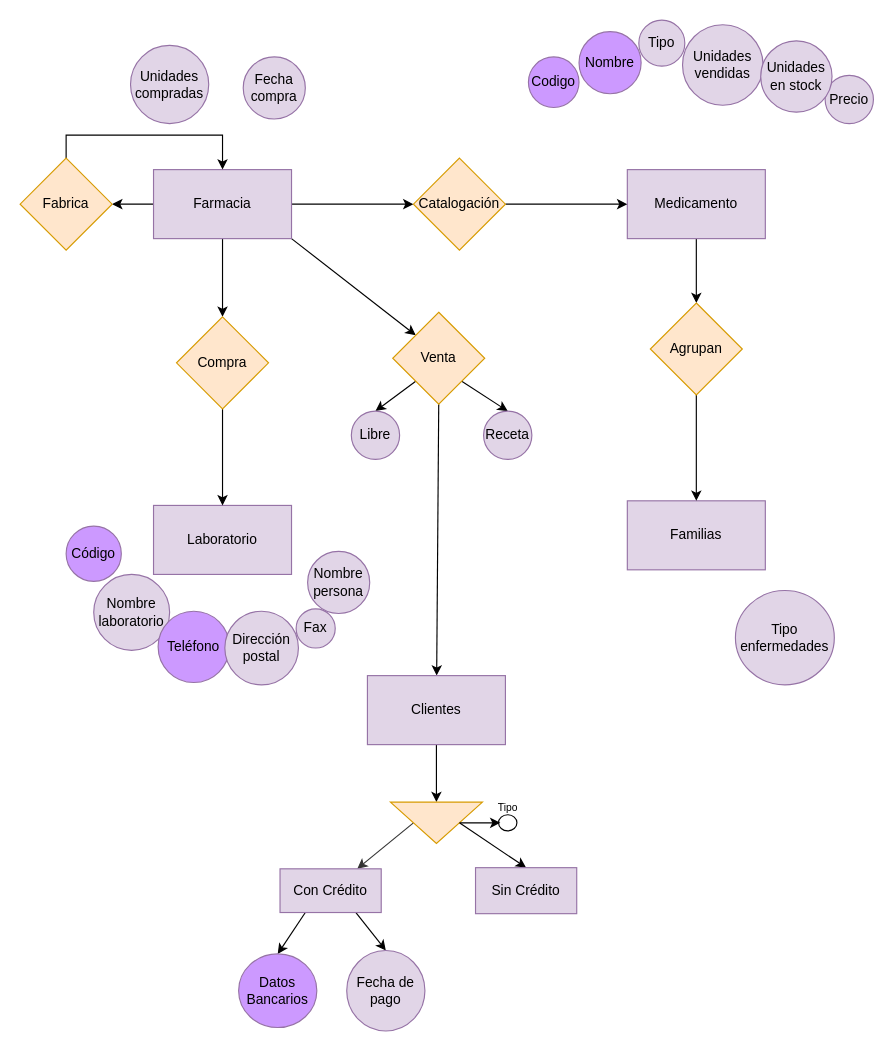
Before: Modelo entidad-relación. Farmacia .drawio in Nestor-svg/Modelo-entidad-relacion.-Farmacia, a draw.io diagram. Source tidied: cells renumbered, new cells numbered last; positions are measured from the earlier drawing's top-left corner, leaving out a move shared by most shapes. Both pictures are drawn from the tidied source at 115%, with x=0, y=0 at pixel (20, 20).
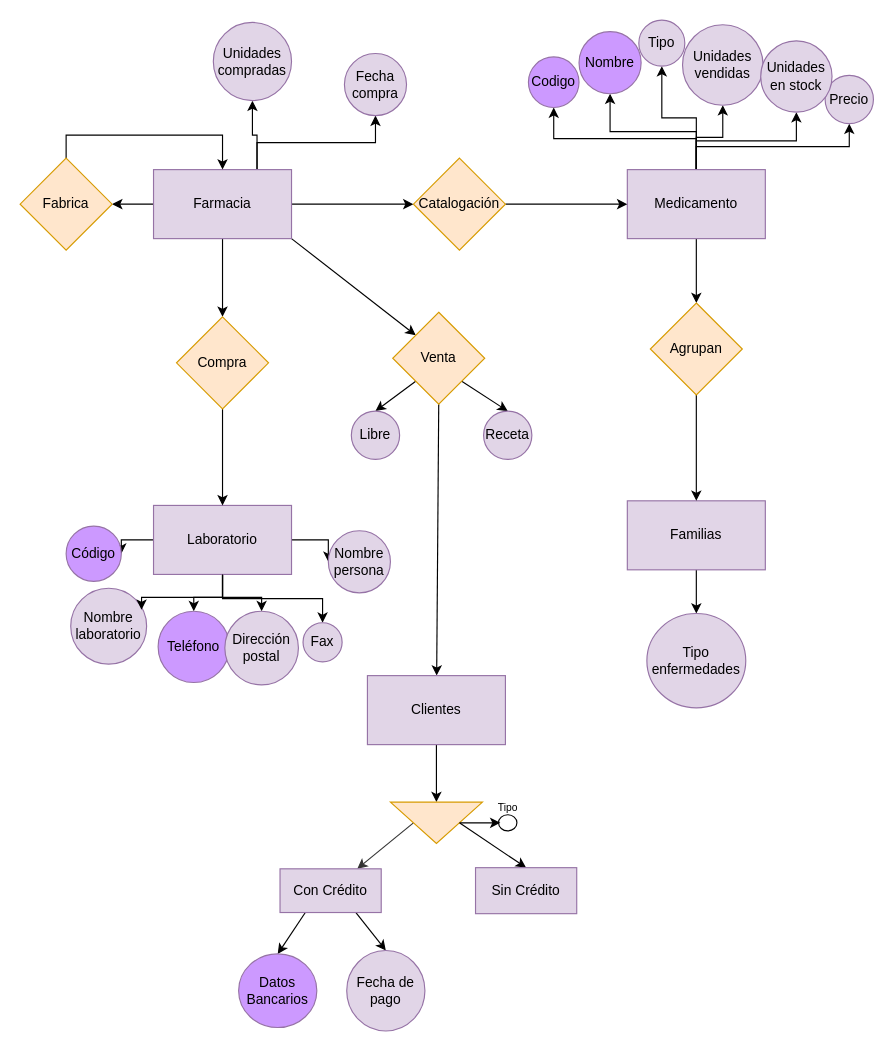
The same page after the edit.

The change refers to these unchanged cells:
```xml
<mxCell id="6" value="Farmacia" style="rounded=0;whiteSpace=wrap;html=1;fillColor=#e1d5e7;strokeColor=#9673a6;" parent="1" vertex="1">
  <mxGeometry x="116" y="130" width="120" height="60" as="geometry" />
</mxCell>
<mxCell id="8" value="Medicamento" style="rounded=0;whiteSpace=wrap;html=1;fillColor=#e1d5e7;strokeColor=#9673a6;" parent="1" vertex="1">
  <mxGeometry x="528" y="130" width="120" height="60" as="geometry" />
</mxCell>
<mxCell id="9" value="Laboratorio" style="rounded=0;whiteSpace=wrap;html=1;fillColor=#e1d5e7;strokeColor=#9673a6;" parent="1" vertex="1">
  <mxGeometry x="116" y="422" width="120" height="60" as="geometry" />
</mxCell>
<mxCell id="14" value="Codigo" style="ellipse;whiteSpace=wrap;html=1;fillColor=#CC99FF;strokeColor=#9673a6;" parent="1" vertex="1">
  <mxGeometry x="442" y="32" width="44" height="44" as="geometry" />
</mxCell>
<mxCell id="15" value="Nombre" style="ellipse;whiteSpace=wrap;html=1;fillColor=#cc99ff;strokeColor=#9673a6;" parent="1" vertex="1">
  <mxGeometry x="486" y="10" width="54" height="54" as="geometry" />
</mxCell>
<mxCell id="16" value="&lt;div&gt;Tipo&lt;/div&gt;" style="ellipse;whiteSpace=wrap;html=1;fillColor=#e1d5e7;strokeColor=#9673a6;" parent="1" vertex="1">
  <mxGeometry x="538" width="40" height="40" as="geometry" />
</mxCell>
<mxCell id="17" value="Precio" style="ellipse;whiteSpace=wrap;html=1;fillColor=#e1d5e7;strokeColor=#9673a6;" parent="1" vertex="1">
  <mxGeometry x="700" y="48" width="42" height="42" as="geometry" />
</mxCell>
<mxCell id="18" value="&lt;div&gt;Unidades vendidas&lt;br&gt;&lt;/div&gt;" style="ellipse;whiteSpace=wrap;html=1;fillColor=#e1d5e7;strokeColor=#9673a6;" parent="1" vertex="1">
  <mxGeometry x="576" y="4" width="70" height="70" as="geometry" />
</mxCell>
<mxCell id="19" value="Unidades en stock" style="ellipse;whiteSpace=wrap;html=1;fillColor=#e1d5e7;strokeColor=#9673a6;" parent="1" vertex="1">
  <mxGeometry x="644" y="18" width="62" height="62" as="geometry" />
</mxCell>
<mxCell id="20" value="Código" style="ellipse;whiteSpace=wrap;html=1;fillColor=#cc99ff;strokeColor=#9673a6;" parent="1" vertex="1">
  <mxGeometry x="40" y="440" width="48" height="48" as="geometry" />
</mxCell>
<mxCell id="22" value="Teléfono" style="ellipse;whiteSpace=wrap;html=1;fillColor=#cc99ff;strokeColor=#9673a6;" parent="1" vertex="1">
  <mxGeometry x="120" y="514" width="62" height="62" as="geometry" />
</mxCell>
<mxCell id="23" value="Dirección postal" style="ellipse;whiteSpace=wrap;html=1;fillColor=#e1d5e7;strokeColor=#9673a6;" parent="1" vertex="1">
  <mxGeometry x="178" y="514" width="64" height="64" as="geometry" />
</mxCell>
<mxCell id="26" value="Familias" style="rounded=0;whiteSpace=wrap;html=1;fillColor=#e1d5e7;strokeColor=#9673a6;" parent="1" vertex="1">
  <mxGeometry x="528" y="418" width="120" height="60" as="geometry" />
</mxCell>
```

What changed in the source:
```diff
@@
+    <mxCell id="54" style="edgeStyle=orthogonalEdgeStyle;rounded=0;jettySize=auto;html=1;exitX=0.75;exitY=0;exitDx=0;exitDy=0;" parent="1" edge="1" source="6" target="30">
+      <mxGeometry relative="1" as="geometry" />
+    </mxCell>
+    <mxCell id="55" style="edgeStyle=orthogonalEdgeStyle;rounded=0;jettySize=auto;html=1;exitX=0.75;exitY=0;exitDx=0;exitDy=0;entryX=0.5;entryY=1;entryDx=0;entryDy=0;" parent="1" edge="1" source="6" target="29">
+      <mxGeometry relative="1" as="geometry" />
+    </mxCell>
@@
+    <mxCell id="56" style="edgeStyle=orthogonalEdgeStyle;rounded=0;jettySize=auto;html=1;exitX=0.5;exitY=0;exitDx=0;exitDy=0;entryX=0.5;entryY=1;entryDx=0;entryDy=0;" parent="1" edge="1" source="8" target="14">
+      <mxGeometry relative="1" as="geometry" />
+    </mxCell>
+    <mxCell id="57" style="edgeStyle=orthogonalEdgeStyle;rounded=0;jettySize=auto;html=1;exitX=0.5;exitY=0;exitDx=0;exitDy=0;entryX=0.5;entryY=1;entryDx=0;entryDy=0;" parent="1" edge="1" source="8" target="15">
+      <mxGeometry relative="1" as="geometry" />
+    </mxCell>
+    <mxCell id="58" style="edgeStyle=orthogonalEdgeStyle;rounded=0;jettySize=auto;html=1;exitX=0.5;exitY=0;exitDx=0;exitDy=0;" parent="1" edge="1" source="8" target="16">
+      <mxGeometry relative="1" as="geometry" />
+    </mxCell>
+    <mxCell id="59" style="edgeStyle=orthogonalEdgeStyle;rounded=0;jettySize=auto;html=1;exitX=0.5;exitY=0;exitDx=0;exitDy=0;entryX=0.5;entryY=1;entryDx=0;entryDy=0;" parent="1" edge="1" source="8" target="18">
+      <mxGeometry relative="1" as="geometry" />
+    </mxCell>
+    <mxCell id="60" style="edgeStyle=orthogonalEdgeStyle;rounded=0;jettySize=auto;html=1;exitX=0.5;exitY=0;exitDx=0;exitDy=0;entryX=0.5;entryY=1;entryDx=0;entryDy=0;" parent="1" edge="1" source="8" target="19">
+      <mxGeometry relative="1" as="geometry" />
+    </mxCell>
+    <mxCell id="61" style="edgeStyle=orthogonalEdgeStyle;rounded=0;jettySize=auto;html=1;exitX=0.5;exitY=0;exitDx=0;exitDy=0;entryX=0.5;entryY=1;entryDx=0;entryDy=0;" parent="1" edge="1" source="8" target="17">
+      <mxGeometry relative="1" as="geometry" />
+    </mxCell>
@@
+    <mxCell id="62" style="edgeStyle=orthogonalEdgeStyle;rounded=0;jettySize=auto;html=1;exitX=0;exitY=0.5;exitDx=0;exitDy=0;entryX=1;entryY=0.5;entryDx=0;entryDy=0;" parent="1" edge="1" source="9" target="20">
+      <mxGeometry relative="1" as="geometry" />
+    </mxCell>
+    <mxCell id="63" style="edgeStyle=orthogonalEdgeStyle;rounded=0;jettySize=auto;html=1;exitX=0.5;exitY=1;exitDx=0;exitDy=0;entryX=0.5;entryY=0;entryDx=0;entryDy=0;" parent="1" edge="1" source="9" target="22">
+      <mxGeometry relative="1" as="geometry" />
+    </mxCell>
+    <mxCell id="64" style="edgeStyle=orthogonalEdgeStyle;rounded=0;jettySize=auto;html=1;exitX=0.5;exitY=1;exitDx=0;exitDy=0;entryX=0.5;entryY=0;entryDx=0;entryDy=0;" parent="1" edge="1" source="9" target="23">
+      <mxGeometry relative="1" as="geometry" />
+    </mxCell>
+    <mxCell id="65" style="edgeStyle=orthogonalEdgeStyle;rounded=0;jettySize=auto;html=1;exitX=0.5;exitY=1;exitDx=0;exitDy=0;" parent="1" edge="1" source="9" target="24">
+      <mxGeometry relative="1" as="geometry" />
+    </mxCell>
+    <mxCell id="66" style="edgeStyle=orthogonalEdgeStyle;rounded=0;jettySize=auto;html=1;exitX=1;exitY=0.5;exitDx=0;exitDy=0;entryX=0;entryY=0.5;entryDx=0;entryDy=0;" parent="1" edge="1" source="9" target="25">
+      <mxGeometry relative="1" as="geometry" />
+    </mxCell>
@@
     <mxCell id="21" value="Nombre laboratorio" style="ellipse;whiteSpace=wrap;html=1;fillColor=#e1d5e7;strokeColor=#9673a6;" parent="1" vertex="1">
-      <mxGeometry x="64" y="482" width="66" height="66" as="geometry" />
+      <mxGeometry x="44" y="494" width="66" height="66" as="geometry" />
     </mxCell>
@@
     <mxCell id="24" value="Fax" style="ellipse;whiteSpace=wrap;html=1;fillColor=#e1d5e7;strokeColor=#9673a6;" parent="1" vertex="1">
-      <mxGeometry x="240" y="512" width="34" height="34" as="geometry" />
+      <mxGeometry x="246" y="524" width="34" height="34" as="geometry" />
     </mxCell>
     <mxCell id="25" value="Nombre persona" style="ellipse;whiteSpace=wrap;html=1;fillColor=#e1d5e7;strokeColor=#9673a6;" parent="1" vertex="1">
-      <mxGeometry x="250" y="462" width="54" height="54" as="geometry" />
+      <mxGeometry x="268" y="444" width="54" height="54" as="geometry" />
     </mxCell>
+    <mxCell id="67" style="edgeStyle=orthogonalEdgeStyle;rounded=0;jettySize=auto;html=1;exitX=0.5;exitY=1;exitDx=0;exitDy=0;" parent="1" edge="1" source="26" target="53">
+      <mxGeometry relative="1" as="geometry" />
+    </mxCell>
@@
     <mxCell id="29" value="Unidades compradas" style="ellipse;whiteSpace=wrap;html=1;fillColor=#e1d5e7;strokeColor=#9673a6;" parent="1" vertex="1">
-      <mxGeometry x="96" y="22" width="68" height="68" as="geometry" />
+      <mxGeometry x="168" y="2" width="68" height="68" as="geometry" />
     </mxCell>
     <mxCell id="30" value="Fecha compra" style="ellipse;whiteSpace=wrap;html=1;fillColor=#e1d5e7;strokeColor=#9673a6;" parent="1" vertex="1">
-      <mxGeometry x="194" y="32" width="54" height="54" as="geometry" />
+      <mxGeometry x="282" y="29" width="54" height="54" as="geometry" />
     </mxCell>
@@
     <mxCell id="53" value="Tipo enfermedades" style="ellipse;whiteSpace=wrap;html=1;fillColor=#e1d5e7;strokeColor=#9673a6;" parent="1" vertex="1">
-      <mxGeometry x="622" y="496" width="86" height="82" as="geometry" />
+      <mxGeometry x="545" y="516" width="86" height="82" as="geometry" />
     </mxCell>
+    <mxCell id="68" style="edgeStyle=orthogonalEdgeStyle;rounded=0;jettySize=auto;html=1;exitX=0.5;exitY=1;exitDx=0;exitDy=0;entryX=0.933;entryY=0.285;entryDx=0;entryDy=0;entryPerimeter=0;" parent="1" edge="1" source="9" target="21">
+      <mxGeometry relative="1" as="geometry" />
+    </mxCell>
```
